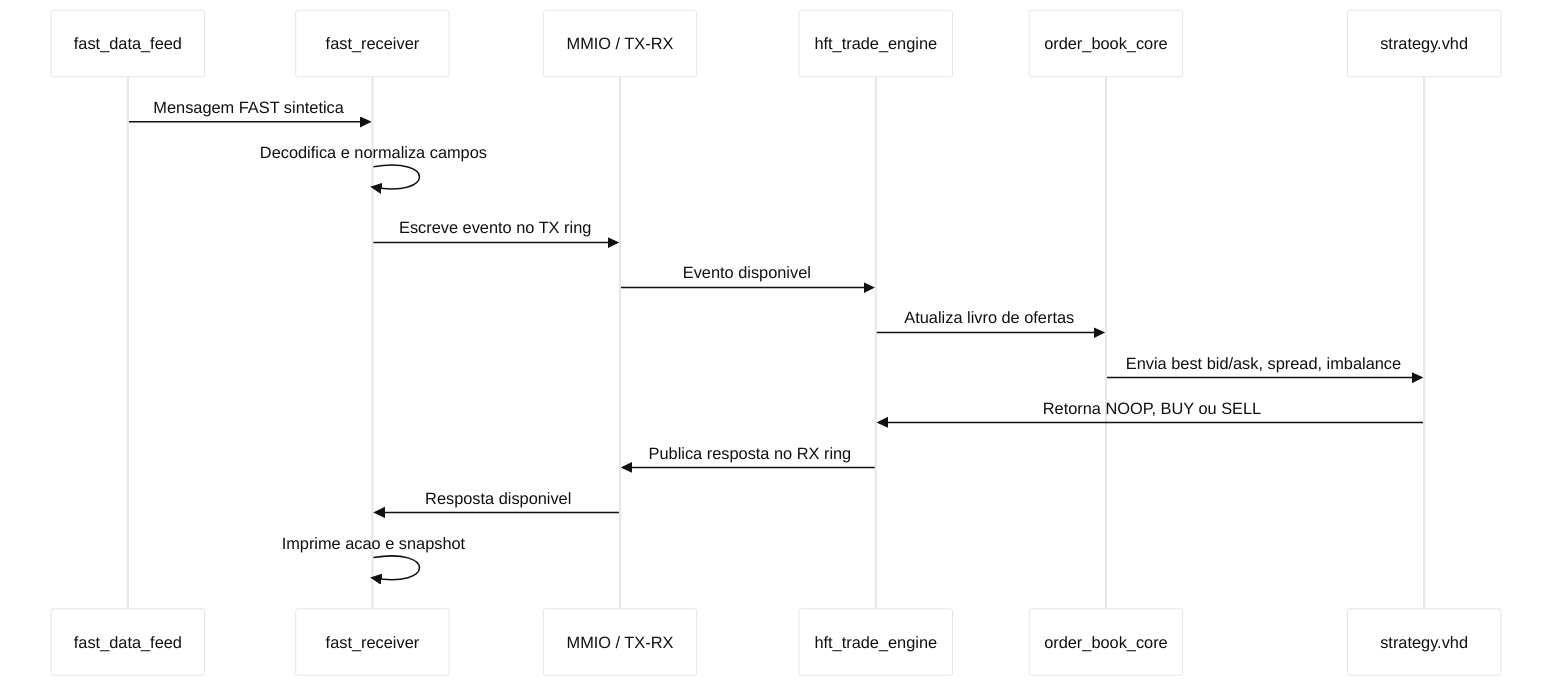
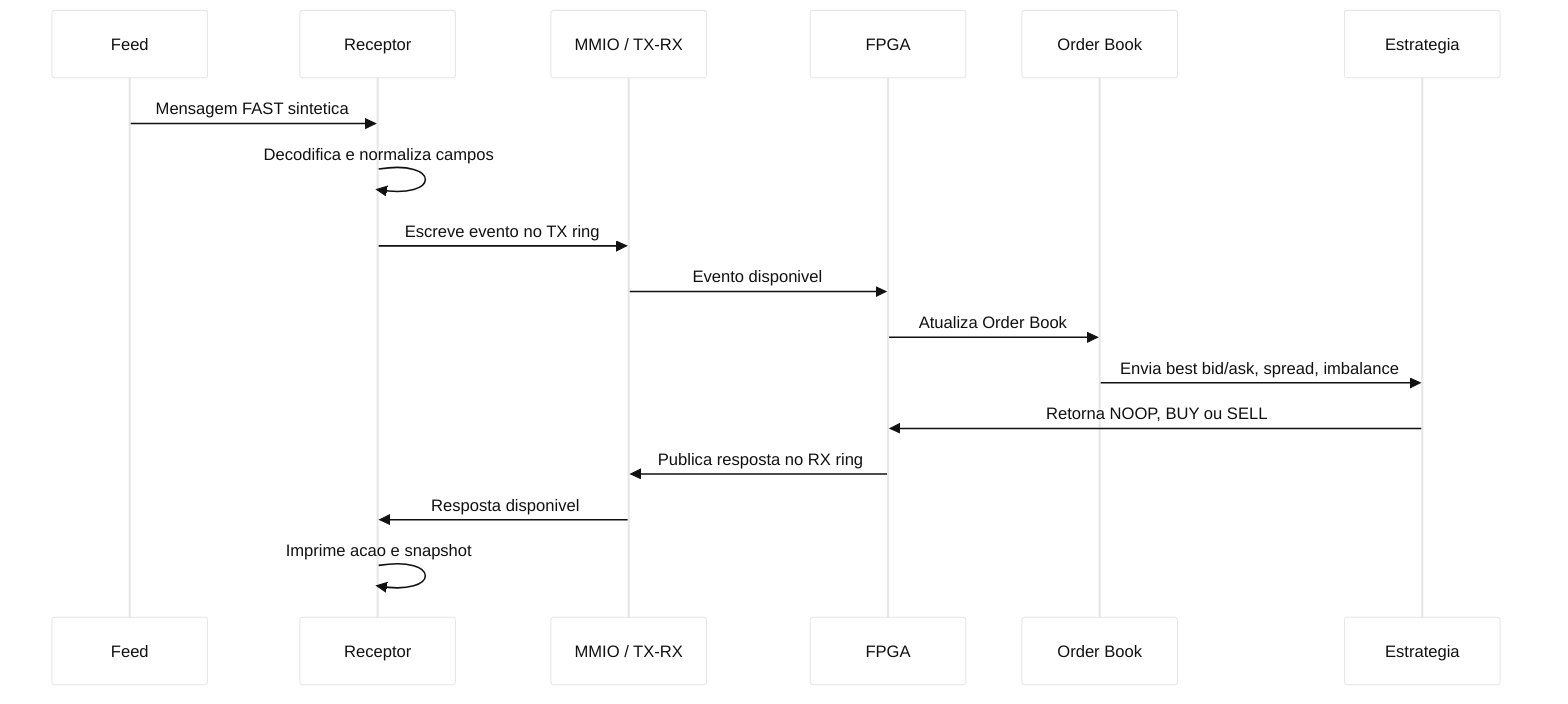
%%{init: {"theme": "base", "sequence": {"showSequenceNumbers": false}, "themeVariables": {"fontFamily": "Arial", "primaryColor": "#ffffff", "primaryTextColor": "#111111", "lineColor": "#333333"}}}%%
sequenceDiagram
-     participant Feed as fast_data_feed
-     participant Rec as fast_receiver
+     participant Feed as Feed
+     participant Rec as Receptor
    participant MMIO as MMIO / TX-RX
-     participant FPGA as hft_trade_engine
-     participant Book as order_book_core
-     participant Strat as strategy.vhd
+     participant FPGA as FPGA
+     participant Book as Order Book
+     participant Strat as Estrategia

    Feed->>Rec: Mensagem FAST sintetica
    Rec->>Rec: Decodifica e normaliza campos
    Rec->>MMIO: Escreve evento no TX ring
    MMIO->>FPGA: Evento disponivel
-     FPGA->>Book: Atualiza livro de ofertas
+     FPGA->>Book: Atualiza Order Book
    Book->>Strat: Envia best bid/ask, spread, imbalance
    Strat->>FPGA: Retorna NOOP, BUY ou SELL
    FPGA->>MMIO: Publica resposta no RX ring
    MMIO->>Rec: Resposta disponivel
    Rec->>Rec: Imprime acao e snapshot
